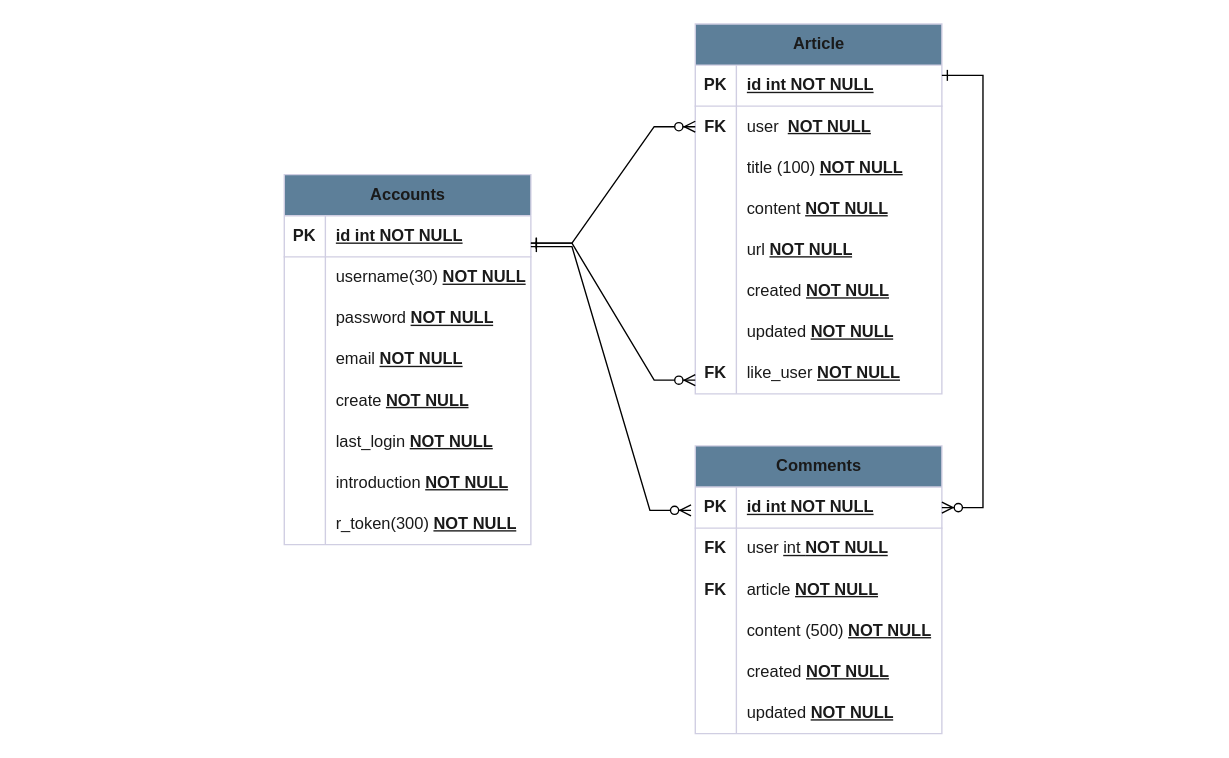
This is 제목 없는 다이어그램.drawio from wodms5355/jaenny_day, a draw.io file, before an edit. Source tidied: cells renumbered, new cells numbered last; positions are measured from the earlier drawing's top-left corner, leaving out a move shared by most shapes. Both pictures are drawn from the tidied source at 137%, with x=0, y=0 at pixel (284, 23).
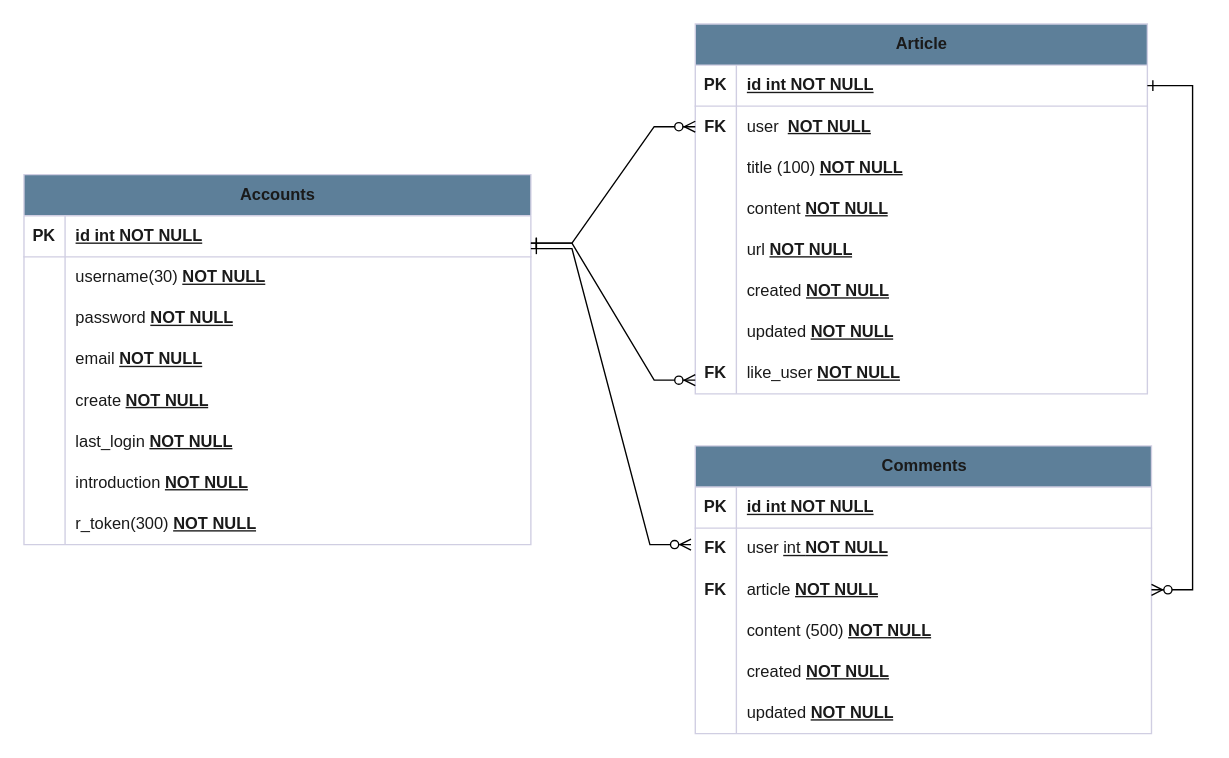
The same page after the edit.

Commit message:
제목 없는 다이어그램.drawio 업데이트

What changed in the source:
```diff
@@
     <mxCell id="2" value="Accounts" style="shape=table;startSize=30;childLayout=tableLayout;rowLines=0;fontStyle=1;align=center;html=1;labelBackgroundColor=none;fillColor=#5D7F99;strokeColor=#D0CEE2;fontColor=#1A1A1A;" parent="1" vertex="1">
-      <mxGeometry y="110" width="180" height="270" as="geometry" />
+      <mxGeometry x="-190" y="110" width="370" height="270" as="geometry" />
     </mxCell>
     <mxCell id="3" style="shape=tableRow;horizontal=0;startSize=0;swimlaneHead=0;swimlaneBody=0;fillColor=none;top=0;left=0;right=0;bottom=1;labelBackgroundColor=none;strokeColor=#D0CEE2;fontColor=#1A1A1A;" parent="2" vertex="1">
-      <mxGeometry y="30" width="180" height="30" as="geometry" />
+      <mxGeometry y="30" width="370" height="30" as="geometry" />
     </mxCell>
@@
     <mxCell id="5" value="id int NOT NULL" style="shape=partialRectangle;fillColor=none;top=0;left=0;bottom=0;right=0;align=left;spacingLeft=6;fontStyle=5;overflow=hidden;whiteSpace=wrap;html=1;labelBackgroundColor=none;strokeColor=#D0CEE2;fontColor=#1A1A1A;" parent="3" vertex="1">
-      <mxGeometry x="30" width="150" height="30" as="geometry" />
+      <mxGeometry x="30" width="340" height="30" as="geometry" />
     </mxCell>
     <mxCell id="6" style="shape=tableRow;horizontal=0;startSize=0;swimlaneHead=0;swimlaneBody=0;fillColor=none;top=0;left=0;right=0;bottom=0;labelBackgroundColor=none;strokeColor=#D0CEE2;fontColor=#1A1A1A;" parent="2" vertex="1">
-      <mxGeometry y="60" width="180" height="30" as="geometry" />
+      <mxGeometry y="60" width="370" height="30" as="geometry" />
     </mxCell>
@@
     <mxCell id="8" value="username(30)&amp;nbsp;&lt;span style=&quot;font-weight: 700; text-decoration-line: underline;&quot;&gt;NOT NULL&lt;/span&gt;" style="shape=partialRectangle;fillColor=none;top=0;left=0;bottom=0;right=0;align=left;spacingLeft=6;overflow=hidden;whiteSpace=wrap;html=1;labelBackgroundColor=none;strokeColor=#D0CEE2;fontColor=#1A1A1A;" parent="6" vertex="1">
-      <mxGeometry x="30" width="150" height="30" as="geometry" />
+      <mxGeometry x="30" width="340" height="30" as="geometry" />
     </mxCell>
     <mxCell id="9" style="shape=tableRow;horizontal=0;startSize=0;swimlaneHead=0;swimlaneBody=0;fillColor=none;top=0;left=0;right=0;bottom=0;labelBackgroundColor=none;strokeColor=#D0CEE2;fontColor=#1A1A1A;" parent="2" vertex="1">
-      <mxGeometry y="90" width="180" height="30" as="geometry" />
+      <mxGeometry y="90" width="370" height="30" as="geometry" />
     </mxCell>
@@
     <mxCell id="11" value="password&amp;nbsp;&lt;span style=&quot;font-weight: 700; text-decoration-line: underline;&quot;&gt;NOT NULL&lt;/span&gt;" style="shape=partialRectangle;fillColor=none;top=0;left=0;bottom=0;right=0;align=left;spacingLeft=6;overflow=hidden;whiteSpace=wrap;html=1;labelBackgroundColor=none;strokeColor=#D0CEE2;fontColor=#1A1A1A;" parent="9" vertex="1">
-      <mxGeometry x="30" width="150" height="30" as="geometry" />
+      <mxGeometry x="30" width="340" height="30" as="geometry" />
     </mxCell>
     <mxCell id="12" style="shape=tableRow;horizontal=0;startSize=0;swimlaneHead=0;swimlaneBody=0;fillColor=none;top=0;left=0;right=0;bottom=0;labelBackgroundColor=none;strokeColor=#D0CEE2;fontColor=#1A1A1A;" parent="2" vertex="1">
-      <mxGeometry y="120" width="180" height="30" as="geometry" />
+      <mxGeometry y="120" width="370" height="30" as="geometry" />
     </mxCell>
@@
     <mxCell id="14" value="email&amp;nbsp;&lt;span style=&quot;font-weight: 700; text-decoration-line: underline;&quot;&gt;NOT NULL&lt;/span&gt;" style="shape=partialRectangle;fillColor=none;top=0;left=0;bottom=0;right=0;align=left;spacingLeft=6;overflow=hidden;whiteSpace=wrap;html=1;labelBackgroundColor=none;strokeColor=#D0CEE2;fontColor=#1A1A1A;strokeWidth=1;" parent="12" vertex="1">
-      <mxGeometry x="30" width="150" height="30" as="geometry" />
+      <mxGeometry x="30" width="340" height="30" as="geometry" />
     </mxCell>
     <mxCell id="15" style="shape=tableRow;horizontal=0;startSize=0;swimlaneHead=0;swimlaneBody=0;fillColor=none;top=0;left=0;right=0;bottom=0;labelBackgroundColor=none;strokeColor=#D0CEE2;fontColor=#1A1A1A;" parent="2" vertex="1">
-      <mxGeometry y="150" width="180" height="30" as="geometry" />
+      <mxGeometry y="150" width="370" height="30" as="geometry" />
     </mxCell>
@@
     <mxCell id="17" value="create&amp;nbsp;&lt;span style=&quot;font-weight: 700; text-decoration-line: underline;&quot;&gt;NOT NULL&lt;/span&gt;" style="shape=partialRectangle;fillColor=none;top=0;left=0;bottom=0;right=0;align=left;spacingLeft=6;overflow=hidden;whiteSpace=wrap;html=1;labelBackgroundColor=none;strokeColor=#D0CEE2;fontColor=#1A1A1A;strokeWidth=1;" parent="15" vertex="1">
-      <mxGeometry x="30" width="150" height="30" as="geometry" />
+      <mxGeometry x="30" width="340" height="30" as="geometry" />
     </mxCell>
     <mxCell id="18" style="shape=tableRow;horizontal=0;startSize=0;swimlaneHead=0;swimlaneBody=0;fillColor=none;top=0;left=0;right=0;bottom=0;labelBackgroundColor=none;strokeColor=#D0CEE2;fontColor=#1A1A1A;" parent="2" vertex="1">
-      <mxGeometry y="180" width="180" height="30" as="geometry" />
+      <mxGeometry y="180" width="370" height="30" as="geometry" />
     </mxCell>
@@
     <mxCell id="20" value="last_login&amp;nbsp;&lt;span style=&quot;font-weight: 700; text-decoration-line: underline;&quot;&gt;NOT NULL&lt;/span&gt;" style="shape=partialRectangle;fillColor=none;top=0;left=0;bottom=0;right=0;align=left;spacingLeft=6;overflow=hidden;whiteSpace=wrap;html=1;labelBackgroundColor=none;strokeColor=#D0CEE2;fontColor=#1A1A1A;strokeWidth=1;" parent="18" vertex="1">
-      <mxGeometry x="30" width="150" height="30" as="geometry" />
+      <mxGeometry x="30" width="340" height="30" as="geometry" />
     </mxCell>
     <mxCell id="21" style="shape=tableRow;horizontal=0;startSize=0;swimlaneHead=0;swimlaneBody=0;fillColor=none;top=0;left=0;right=0;bottom=0;labelBackgroundColor=none;strokeColor=#D0CEE2;fontColor=#1A1A1A;" parent="2" vertex="1">
-      <mxGeometry y="210" width="180" height="30" as="geometry" />
+      <mxGeometry y="210" width="370" height="30" as="geometry" />
     </mxCell>
@@
     <mxCell id="23" value="introduction&amp;nbsp;&lt;span style=&quot;font-weight: 700; text-decoration-line: underline;&quot;&gt;NOT NULL&lt;/span&gt;" style="shape=partialRectangle;fillColor=none;top=0;left=0;bottom=0;right=0;align=left;spacingLeft=6;overflow=hidden;whiteSpace=wrap;html=1;labelBackgroundColor=none;strokeColor=#D0CEE2;fontColor=#1A1A1A;strokeWidth=1;" parent="21" vertex="1">
-      <mxGeometry x="30" width="150" height="30" as="geometry" />
+      <mxGeometry x="30" width="340" height="30" as="geometry" />
     </mxCell>
     <mxCell id="24" style="shape=tableRow;horizontal=0;startSize=0;swimlaneHead=0;swimlaneBody=0;fillColor=none;top=0;left=0;right=0;bottom=0;labelBackgroundColor=none;strokeColor=#D0CEE2;fontColor=#1A1A1A;" parent="2" vertex="1">
-      <mxGeometry y="240" width="180" height="30" as="geometry" />
+      <mxGeometry y="240" width="370" height="30" as="geometry" />
     </mxCell>
@@
     <mxCell id="26" value="r_token(300)&amp;nbsp;&lt;span style=&quot;font-weight: 700; text-decoration-line: underline;&quot;&gt;NOT NULL&lt;/span&gt;" style="shape=partialRectangle;fillColor=none;top=0;left=0;bottom=0;right=0;align=left;spacingLeft=6;overflow=hidden;whiteSpace=wrap;html=1;labelBackgroundColor=none;strokeColor=#D0CEE2;fontColor=#1A1A1A;strokeWidth=1;" parent="24" vertex="1">
-      <mxGeometry x="30" width="150" height="30" as="geometry" />
+      <mxGeometry x="30" width="340" height="30" as="geometry" />
     </mxCell>
@@
-    <mxCell id="29" value="Article" style="shape=table;startSize=30;childLayout=tableLayout;rowLines=0;fontStyle=1;align=center;html=1;labelBackgroundColor=none;fillColor=#5D7F99;strokeColor=#D0CEE2;fontColor=#1A1A1A;" parent="1" vertex="1">
-      <mxGeometry x="300" width="180" height="270" as="geometry" />
+    <mxCell id="29" value="Article" style="shape=table;startSize=30;childLayout=tableLayout;rowLines=0;fontStyle=1;align=center;html=1;labelBackgroundColor=none;fillColor=#5D7F99;strokeColor=#D0CEE2;fontColor=#1A1A1A;swimlaneFillColor=default;" parent="1" vertex="1">
+      <mxGeometry x="300" width="330" height="270" as="geometry" />
     </mxCell>
     <mxCell id="30" style="shape=tableRow;horizontal=0;startSize=0;swimlaneHead=0;swimlaneBody=0;fillColor=none;points=[[0,0.5],[1,0.5]];portConstraint=eastwest;top=0;left=0;right=0;bottom=1;labelBackgroundColor=none;strokeColor=#D0CEE2;fontColor=#1A1A1A;" parent="29" vertex="1">
-      <mxGeometry y="30" width="180" height="30" as="geometry" />
+      <mxGeometry y="30" width="330" height="30" as="geometry" />
     </mxCell>
@@
     <mxCell id="32" value="id int NOT NULL" style="shape=partialRectangle;fillColor=none;top=0;left=0;bottom=0;right=0;align=left;spacingLeft=6;fontStyle=5;overflow=hidden;whiteSpace=wrap;html=1;labelBackgroundColor=none;strokeColor=#D0CEE2;fontColor=#1A1A1A;" parent="30" vertex="1">
-      <mxGeometry x="30" width="150" height="30" as="geometry" />
+      <mxGeometry x="30" width="300" height="30" as="geometry" />
     </mxCell>
     <mxCell id="33" style="shape=tableRow;horizontal=0;startSize=0;swimlaneHead=0;swimlaneBody=0;fillColor=none;points=[[0,0.5],[1,0.5]];portConstraint=eastwest;top=0;left=0;right=0;bottom=0;labelBackgroundColor=none;strokeColor=#D0CEE2;fontColor=#1A1A1A;" parent="29" vertex="1">
-      <mxGeometry y="60" width="180" height="30" as="geometry" />
+      <mxGeometry y="60" width="330" height="30" as="geometry" />
     </mxCell>
@@
     <mxCell id="35" value="user&lt;span style=&quot;white-space: pre;&quot;&gt;&#9;&lt;/span&gt;&amp;nbsp;&lt;span style=&quot;font-weight: 700; text-decoration-line: underline;&quot;&gt;NOT NULL&lt;/span&gt;" style="shape=partialRectangle;fillColor=none;top=0;left=0;bottom=0;right=0;align=left;spacingLeft=6;overflow=hidden;whiteSpace=wrap;html=1;labelBackgroundColor=none;strokeColor=#D0CEE2;fontColor=#1A1A1A;" parent="33" vertex="1">
-      <mxGeometry x="30" width="150" height="30" as="geometry" />
+      <mxGeometry x="30" width="300" height="30" as="geometry" />
     </mxCell>
     <mxCell id="36" style="shape=tableRow;horizontal=0;startSize=0;swimlaneHead=0;swimlaneBody=0;fillColor=none;top=0;left=0;right=0;bottom=0;labelBackgroundColor=none;strokeColor=#D0CEE2;fontColor=#1A1A1A;" parent="29" vertex="1">
-      <mxGeometry y="90" width="180" height="30" as="geometry" />
+      <mxGeometry y="90" width="330" height="30" as="geometry" />
     </mxCell>
@@
     <mxCell id="38" value="title (100)&amp;nbsp;&lt;span style=&quot;font-weight: 700; text-decoration-line: underline;&quot;&gt;NOT NULL&lt;/span&gt;" style="shape=partialRectangle;fillColor=none;top=0;left=0;bottom=0;right=0;align=left;spacingLeft=6;overflow=hidden;whiteSpace=wrap;html=1;labelBackgroundColor=none;strokeColor=#D0CEE2;fontColor=#1A1A1A;" parent="36" vertex="1">
-      <mxGeometry x="30" width="150" height="30" as="geometry" />
+      <mxGeometry x="30" width="300" height="30" as="geometry" />
     </mxCell>
     <mxCell id="39" style="shape=tableRow;horizontal=0;startSize=0;swimlaneHead=0;swimlaneBody=0;fillColor=none;top=0;left=0;right=0;bottom=0;labelBackgroundColor=none;strokeColor=#D0CEE2;fontColor=#1A1A1A;" parent="29" vertex="1">
-      <mxGeometry y="120" width="180" height="30" as="geometry" />
+      <mxGeometry y="120" width="330" height="30" as="geometry" />
     </mxCell>
@@
     <mxCell id="41" value="content&amp;nbsp;&lt;span style=&quot;font-weight: 700; text-decoration-line: underline;&quot;&gt;NOT NULL&lt;/span&gt;" style="shape=partialRectangle;fillColor=none;top=0;left=0;bottom=0;right=0;align=left;spacingLeft=6;overflow=hidden;whiteSpace=wrap;html=1;labelBackgroundColor=none;strokeColor=#D0CEE2;fontColor=#1A1A1A;strokeWidth=1;" parent="39" vertex="1">
-      <mxGeometry x="30" width="150" height="30" as="geometry" />
+      <mxGeometry x="30" width="300" height="30" as="geometry" />
     </mxCell>
     <mxCell id="42" style="shape=tableRow;horizontal=0;startSize=0;swimlaneHead=0;swimlaneBody=0;fillColor=none;top=0;left=0;right=0;bottom=0;labelBackgroundColor=none;strokeColor=#D0CEE2;fontColor=#1A1A1A;" parent="29" vertex="1">
-      <mxGeometry y="150" width="180" height="30" as="geometry" />
+      <mxGeometry y="150" width="330" height="30" as="geometry" />
     </mxCell>
@@
     <mxCell id="44" value="url&amp;nbsp;&lt;span style=&quot;font-weight: 700; text-decoration-line: underline;&quot;&gt;NOT NULL&lt;/span&gt;" style="shape=partialRectangle;fillColor=none;top=0;left=0;bottom=0;right=0;align=left;spacingLeft=6;overflow=hidden;whiteSpace=wrap;html=1;labelBackgroundColor=none;strokeColor=#D0CEE2;fontColor=#1A1A1A;strokeWidth=1;" parent="42" vertex="1">
-      <mxGeometry x="30" width="150" height="30" as="geometry" />
+      <mxGeometry x="30" width="300" height="30" as="geometry" />
     </mxCell>
     <mxCell id="45" style="shape=tableRow;horizontal=0;startSize=0;swimlaneHead=0;swimlaneBody=0;fillColor=none;top=0;left=0;right=0;bottom=0;labelBackgroundColor=none;strokeColor=#D0CEE2;fontColor=#1A1A1A;" parent="29" vertex="1">
-      <mxGeometry y="180" width="180" height="30" as="geometry" />
+      <mxGeometry y="180" width="330" height="30" as="geometry" />
     </mxCell>
@@
     <mxCell id="47" value="created&amp;nbsp;&lt;span style=&quot;font-weight: 700; text-decoration-line: underline;&quot;&gt;NOT NULL&lt;/span&gt;" style="shape=partialRectangle;fillColor=none;top=0;left=0;bottom=0;right=0;align=left;spacingLeft=6;overflow=hidden;whiteSpace=wrap;html=1;labelBackgroundColor=none;strokeColor=#D0CEE2;fontColor=#1A1A1A;strokeWidth=1;" parent="45" vertex="1">
-      <mxGeometry x="30" width="150" height="30" as="geometry" />
+      <mxGeometry x="30" width="300" height="30" as="geometry" />
     </mxCell>
     <mxCell id="48" style="shape=tableRow;horizontal=0;startSize=0;swimlaneHead=0;swimlaneBody=0;fillColor=none;top=0;left=0;right=0;bottom=0;labelBackgroundColor=none;strokeColor=#D0CEE2;fontColor=#1A1A1A;" parent="29" vertex="1">
-      <mxGeometry y="210" width="180" height="30" as="geometry" />
+      <mxGeometry y="210" width="330" height="30" as="geometry" />
     </mxCell>
@@
     <mxCell id="50" value="updated&amp;nbsp;&lt;span style=&quot;font-weight: 700; text-decoration-line: underline;&quot;&gt;NOT NULL&lt;/span&gt;" style="shape=partialRectangle;fillColor=none;top=0;left=0;bottom=0;right=0;align=left;spacingLeft=6;overflow=hidden;whiteSpace=wrap;html=1;labelBackgroundColor=none;strokeColor=#D0CEE2;fontColor=#1A1A1A;strokeWidth=1;" parent="48" vertex="1">
-      <mxGeometry x="30" width="150" height="30" as="geometry" />
+      <mxGeometry x="30" width="300" height="30" as="geometry" />
     </mxCell>
     <mxCell id="51" style="shape=tableRow;horizontal=0;startSize=0;swimlaneHead=0;swimlaneBody=0;fillColor=none;top=0;left=0;right=0;bottom=0;labelBackgroundColor=none;strokeColor=#D0CEE2;fontColor=#1A1A1A;" parent="29" vertex="1">
-      <mxGeometry y="240" width="180" height="30" as="geometry" />
+      <mxGeometry y="240" width="330" height="30" as="geometry" />
     </mxCell>
@@
     <mxCell id="53" value="like_user&amp;nbsp;&lt;span style=&quot;font-weight: 700; text-decoration-line: underline;&quot;&gt;NOT NULL&lt;/span&gt;" style="shape=partialRectangle;fillColor=none;top=0;left=0;bottom=0;right=0;align=left;spacingLeft=6;overflow=hidden;whiteSpace=wrap;html=1;labelBackgroundColor=none;strokeColor=#D0CEE2;fontColor=#1A1A1A;strokeWidth=1;" parent="51" vertex="1">
-      <mxGeometry x="30" width="150" height="30" as="geometry" />
+      <mxGeometry x="30" width="300" height="30" as="geometry" />
     </mxCell>
     <mxCell id="54" value="Comments" style="shape=table;startSize=30;childLayout=tableLayout;rowLines=0;fontStyle=1;align=center;html=1;labelBackgroundColor=none;fillColor=#5D7F99;strokeColor=#D0CEE2;fontColor=#1A1A1A;" parent="1" vertex="1">
-      <mxGeometry x="300" y="308" width="180" height="210" as="geometry" />
+      <mxGeometry x="300" y="308" width="333" height="210" as="geometry" />
     </mxCell>
     <mxCell id="55" style="shape=tableRow;horizontal=0;startSize=0;swimlaneHead=0;swimlaneBody=0;fillColor=none;points=[[0,0.5],[1,0.5]];portConstraint=eastwest;top=0;left=0;right=0;bottom=1;labelBackgroundColor=none;strokeColor=#D0CEE2;fontColor=#1A1A1A;" parent="54" vertex="1">
-      <mxGeometry y="30" width="180" height="30" as="geometry" />
+      <mxGeometry y="30" width="333" height="30" as="geometry" />
     </mxCell>
@@
     <mxCell id="57" value="id int NOT NULL" style="shape=partialRectangle;fillColor=none;top=0;left=0;bottom=0;right=0;align=left;spacingLeft=6;fontStyle=5;overflow=hidden;whiteSpace=wrap;html=1;labelBackgroundColor=none;strokeColor=#D0CEE2;fontColor=#1A1A1A;" parent="55" vertex="1">
-      <mxGeometry x="30" width="150" height="30" as="geometry" />
+      <mxGeometry x="30" width="303" height="30" as="geometry" />
     </mxCell>
     <mxCell id="58" style="shape=tableRow;horizontal=0;startSize=0;swimlaneHead=0;swimlaneBody=0;fillColor=none;top=0;left=0;right=0;bottom=0;labelBackgroundColor=none;strokeColor=#D0CEE2;fontColor=#1A1A1A;" parent="54" vertex="1">
-      <mxGeometry y="60" width="180" height="30" as="geometry" />
+      <mxGeometry y="60" width="333" height="30" as="geometry" />
     </mxCell>
@@
     <mxCell id="60" value="user &lt;u&gt;int&amp;nbsp;&lt;/u&gt;&lt;span style=&quot;font-weight: 700; text-decoration-line: underline;&quot;&gt;NOT NULL&lt;/span&gt;" style="shape=partialRectangle;fillColor=none;top=0;left=0;bottom=0;right=0;align=left;spacingLeft=6;overflow=hidden;whiteSpace=wrap;html=1;labelBackgroundColor=none;strokeColor=#D0CEE2;fontColor=#1A1A1A;" parent="58" vertex="1">
-      <mxGeometry x="30" width="150" height="30" as="geometry" />
+      <mxGeometry x="30" width="303" height="30" as="geometry" />
     </mxCell>
     <mxCell id="61" style="shape=tableRow;horizontal=0;startSize=0;swimlaneHead=0;swimlaneBody=0;fillColor=none;points=[[0,0.5],[1,0.5]];portConstraint=eastwest;top=0;left=0;right=0;bottom=0;labelBackgroundColor=none;strokeColor=#D0CEE2;fontColor=#1A1A1A;" parent="54" vertex="1">
-      <mxGeometry y="90" width="180" height="30" as="geometry" />
+      <mxGeometry y="90" width="333" height="30" as="geometry" />
     </mxCell>
@@
     <mxCell id="63" value="article&amp;nbsp;&lt;span style=&quot;font-weight: 700; text-decoration-line: underline;&quot;&gt;NOT NULL&lt;/span&gt;" style="shape=partialRectangle;fillColor=none;top=0;left=0;bottom=0;right=0;align=left;spacingLeft=6;overflow=hidden;whiteSpace=wrap;html=1;labelBackgroundColor=none;strokeColor=#D0CEE2;fontColor=#1A1A1A;strokeWidth=1;" parent="61" vertex="1">
-      <mxGeometry x="30" width="150" height="30" as="geometry" />
+      <mxGeometry x="30" width="303" height="30" as="geometry" />
     </mxCell>
     <mxCell id="64" style="shape=tableRow;horizontal=0;startSize=0;swimlaneHead=0;swimlaneBody=0;fillColor=none;top=0;left=0;right=0;bottom=0;labelBackgroundColor=none;strokeColor=#D0CEE2;fontColor=#1A1A1A;" parent="54" vertex="1">
-      <mxGeometry y="120" width="180" height="30" as="geometry" />
+      <mxGeometry y="120" width="333" height="30" as="geometry" />
     </mxCell>
@@
     <mxCell id="66" value="content (500)&amp;nbsp;&lt;span style=&quot;font-weight: 700; text-decoration-line: underline;&quot;&gt;NOT NULL&lt;/span&gt;" style="shape=partialRectangle;fillColor=none;top=0;left=0;bottom=0;right=0;align=left;spacingLeft=6;overflow=hidden;whiteSpace=wrap;html=1;labelBackgroundColor=none;strokeColor=#D0CEE2;fontColor=#1A1A1A;" parent="64" vertex="1">
-      <mxGeometry x="30" width="150" height="30" as="geometry" />
+      <mxGeometry x="30" width="303" height="30" as="geometry" />
     </mxCell>
     <mxCell id="67" style="shape=tableRow;horizontal=0;startSize=0;swimlaneHead=0;swimlaneBody=0;fillColor=none;top=0;left=0;right=0;bottom=0;labelBackgroundColor=none;strokeColor=#D0CEE2;fontColor=#1A1A1A;" parent="54" vertex="1">
-      <mxGeometry y="150" width="180" height="30" as="geometry" />
+      <mxGeometry y="150" width="333" height="30" as="geometry" />
     </mxCell>
@@
     <mxCell id="69" value="created&amp;nbsp;&lt;span style=&quot;font-weight: 700; text-decoration-line: underline;&quot;&gt;NOT NULL&lt;/span&gt;" style="shape=partialRectangle;fillColor=none;top=0;left=0;bottom=0;right=0;align=left;spacingLeft=6;overflow=hidden;whiteSpace=wrap;html=1;labelBackgroundColor=none;strokeColor=#D0CEE2;fontColor=#1A1A1A;strokeWidth=1;" parent="67" vertex="1">
-      <mxGeometry x="30" width="150" height="30" as="geometry" />
+      <mxGeometry x="30" width="303" height="30" as="geometry" />
     </mxCell>
     <mxCell id="70" style="shape=tableRow;horizontal=0;startSize=0;swimlaneHead=0;swimlaneBody=0;fillColor=none;top=0;left=0;right=0;bottom=0;labelBackgroundColor=none;strokeColor=#D0CEE2;fontColor=#1A1A1A;" parent="54" vertex="1">
-      <mxGeometry y="180" width="180" height="30" as="geometry" />
+      <mxGeometry y="180" width="333" height="30" as="geometry" />
     </mxCell>
@@
     <mxCell id="72" value="updated&amp;nbsp;&lt;span style=&quot;font-weight: 700; text-decoration-line: underline;&quot;&gt;NOT NULL&lt;/span&gt;" style="shape=partialRectangle;fillColor=none;top=0;left=0;bottom=0;right=0;align=left;spacingLeft=6;overflow=hidden;whiteSpace=wrap;html=1;labelBackgroundColor=none;strokeColor=#D0CEE2;fontColor=#1A1A1A;strokeWidth=1;" parent="70" vertex="1">
-      <mxGeometry x="30" width="150" height="30" as="geometry" />
+      <mxGeometry x="30" width="303" height="30" as="geometry" />
     </mxCell>
@@
-    <mxCell id="74" style="edgeStyle=entityRelationEdgeStyle;fontSize=12;html=1;endArrow=ERzeroToMany;endFill=1;rounded=0;entryX=0;entryY=0.5;entryDx=0;entryDy=0;startArrow=ERone;startFill=0;exitX=1.017;exitY=0.75;exitDx=0;exitDy=0;exitPerimeter=0;" parent="1" edge="1">
+    <mxCell id="74" style="edgeStyle=entityRelationEdgeStyle;fontSize=12;html=1;endArrow=ERzeroToMany;endFill=1;rounded=0;entryX=0;entryY=0.5;entryDx=0;entryDy=0;startArrow=ERone;startFill=0;" parent="1" edge="1">
       <mxGeometry relative="1" as="geometry">
-        <mxPoint x="180" y="162.5" as="sourcePoint" />
-        <mxPoint x="296.9" y="355" as="targetPoint" />
+        <mxPoint x="180" y="164" as="sourcePoint" />
+        <mxPoint x="296.9" y="380" as="targetPoint" />
         <Array as="points">
-          <mxPoint x="196.9" y="160" />
-          <mxPoint x="186.9" y="135" />
-          <mxPoint x="186.9" y="145" />
-          <mxPoint x="276.9" y="230" />
+          <mxPoint x="196.9" y="185" />
+          <mxPoint x="186.9" y="160" />
+          <mxPoint x="186.9" y="170" />
+          <mxPoint x="276.9" y="255" />
         </Array>
       </mxGeometry>
     </mxCell>
-    <mxCell id="75" style="edgeStyle=entityRelationEdgeStyle;fontSize=12;html=1;endArrow=ERzeroToMany;endFill=1;rounded=0;startArrow=ERone;startFill=0;exitX=1.017;exitY=0.75;exitDx=0;exitDy=0;exitPerimeter=0;" parent="1" edge="1" target="55">
+    <mxCell id="75" style="edgeStyle=entityRelationEdgeStyle;fontSize=12;html=1;endArrow=ERzeroToMany;endFill=1;rounded=0;startArrow=ERone;startFill=0;exitX=1;exitY=0.5;exitDx=0;exitDy=0;" parent="1" edge="1" source="30" target="61">
       <mxGeometry relative="1" as="geometry">
-        <mxPoint x="480" y="37.5" as="sourcePoint" />
         <Array as="points">
-          <mxPoint x="496.9" y="35" />
-          <mxPoint x="486.9" y="10" />
-          <mxPoint x="486.9" y="20" />
-          <mxPoint x="576.9" y="105" />
+          <mxPoint x="729.9" y="61.5" />
+          <mxPoint x="719.9" y="36.5" />
+          <mxPoint x="733" y="239" />
+          <mxPoint x="673" y="324" />
+          <mxPoint x="723" y="334" />
+          <mxPoint x="719.9" y="46.5" />
+          <mxPoint x="783" y="304" />
+          <mxPoint x="809.9" y="131.5" />
         </Array>
       </mxGeometry>
     </mxCell>
```
